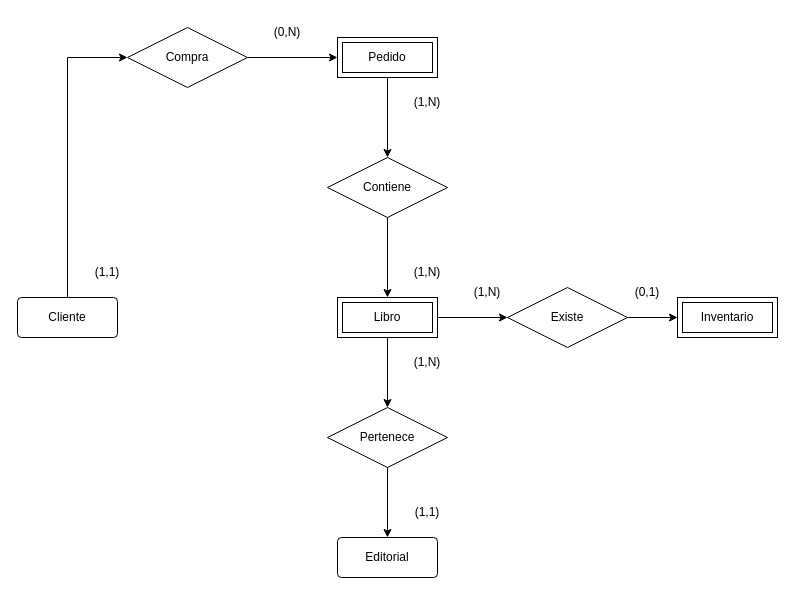
Before: modelo.drawio in smringdesigns/modelo, a draw.io diagram. Source tidied: cells renumbered, new cells numbered last; positions are measured from the earlier drawing's top-left corner, leaving out a move shared by most shapes. Both pictures are drawn from the tidied source at 100%, with x=0, y=0 at pixel (17, 17).
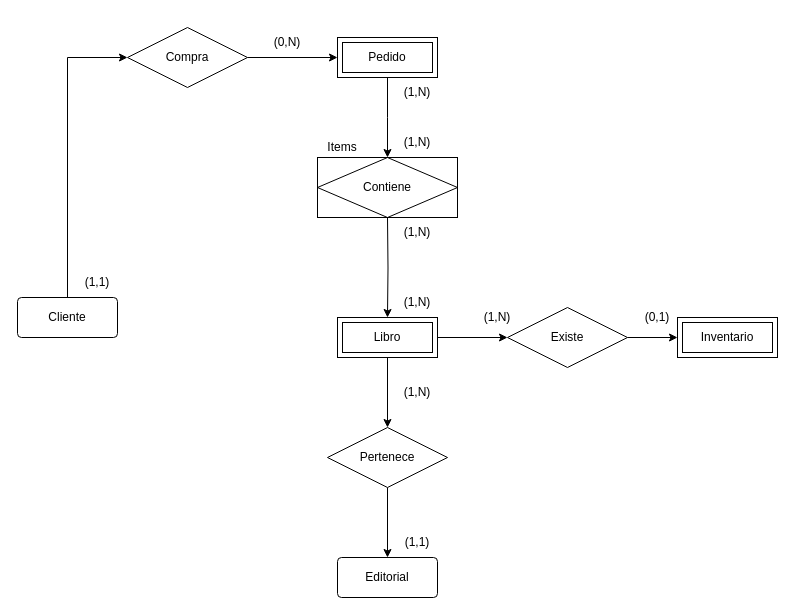
The same diagram, later.

The change refers to these unchanged cells:
```xml
<mxCell id="6" value="Pedido" style="shape=ext;margin=3;double=1;whiteSpace=wrap;html=1;align=center;" parent="1" vertex="1">
  <mxGeometry x="320" y="20" width="100" height="40" as="geometry" />
</mxCell>
```

Change to the diagram source:
```diff
@@
     <mxCell id="4" value="Editorial" style="rounded=1;arcSize=10;whiteSpace=wrap;html=1;align=center;" parent="1" vertex="1">
-      <mxGeometry x="320" y="520" width="100" height="40" as="geometry" />
+      <mxGeometry x="320" y="540" width="100" height="40" as="geometry" />
     </mxCell>
-    <mxCell id="5" style="edgeStyle=orthogonalEdgeStyle;rounded=0;jettySize=auto;html=1;" parent="1" edge="1" source="6" target="16">
-      <mxGeometry relative="1" as="geometry" />
+    <mxCell id="5" style="edgeStyle=orthogonalEdgeStyle;rounded=0;jettySize=auto;html=1;" parent="1" edge="1" source="6">
+      <mxGeometry relative="1" as="geometry">
+        <mxPoint x="370" y="140" as="targetPoint" />
+      </mxGeometry>
     </mxCell>
@@
     <mxCell id="9" value="Libro" style="shape=ext;margin=3;double=1;whiteSpace=wrap;html=1;align=center;" parent="1" vertex="1">
-      <mxGeometry x="320" y="280" width="100" height="40" as="geometry" />
+      <mxGeometry x="320" y="300" width="100" height="40" as="geometry" />
     </mxCell>
     <mxCell id="10" value="Inventario" style="shape=ext;margin=3;double=1;whiteSpace=wrap;html=1;align=center;" parent="1" vertex="1">
-      <mxGeometry x="660" y="280" width="100" height="40" as="geometry" />
+      <mxGeometry x="660" y="300" width="100" height="40" as="geometry" />
     </mxCell>
@@
     <mxCell id="13" value="(1,1)" style="text;html=1;align=center;verticalAlign=middle;whiteSpace=wrap;rounded=0;" parent="1" vertex="1">
-      <mxGeometry x="60" y="240" width="60" height="30" as="geometry" />
+      <mxGeometry x="50" y="250" width="60" height="30" as="geometry" />
     </mxCell>
     <mxCell id="14" value="(0,N)" style="text;html=1;align=center;verticalAlign=middle;whiteSpace=wrap;rounded=0;" parent="1" vertex="1">
-      <mxGeometry x="240" width="60" height="30" as="geometry" />
+      <mxGeometry x="240" y="10" width="60" height="30" as="geometry" />
     </mxCell>
-    <mxCell id="15" style="edgeStyle=orthogonalEdgeStyle;rounded=0;jettySize=auto;html=1;" parent="1" edge="1" source="16" target="9">
-      <mxGeometry relative="1" as="geometry" />
+    <mxCell id="15" style="edgeStyle=orthogonalEdgeStyle;rounded=0;jettySize=auto;html=1;" parent="1" edge="1" target="9">
+      <mxGeometry relative="1" as="geometry">
+        <mxPoint x="370" y="200" as="sourcePoint" />
+      </mxGeometry>
     </mxCell>
-    <mxCell id="16" value="Contiene" style="shape=rhombus;perimeter=rhombusPerimeter;whiteSpace=wrap;html=1;align=center;" parent="1" vertex="1">
-      <mxGeometry x="310" y="140" width="120" height="60" as="geometry" />
-    </mxCell>
     <mxCell id="17" value="(1,N)" style="text;html=1;align=center;verticalAlign=middle;whiteSpace=wrap;rounded=0;" parent="1" vertex="1">
-      <mxGeometry x="380" y="70" width="60" height="30" as="geometry" />
+      <mxGeometry x="370" y="60" width="60" height="30" as="geometry" />
     </mxCell>
     <mxCell id="18" value="(1,N)" style="text;html=1;align=center;verticalAlign=middle;whiteSpace=wrap;rounded=0;" parent="1" vertex="1">
-      <mxGeometry x="380" y="240" width="60" height="30" as="geometry" />
+      <mxGeometry x="370" y="270" width="60" height="30" as="geometry" />
     </mxCell>
@@
     <mxCell id="20" value="Pertenece" style="shape=rhombus;perimeter=rhombusPerimeter;whiteSpace=wrap;html=1;align=center;" parent="1" vertex="1">
-      <mxGeometry x="310" y="390" width="120" height="60" as="geometry" />
+      <mxGeometry x="310" y="410" width="120" height="60" as="geometry" />
     </mxCell>
     <mxCell id="21" value="(1,N)" style="text;html=1;align=center;verticalAlign=middle;whiteSpace=wrap;rounded=0;" parent="1" vertex="1">
-      <mxGeometry x="380" y="330" width="60" height="30" as="geometry" />
+      <mxGeometry x="370" y="360" width="60" height="30" as="geometry" />
     </mxCell>
     <mxCell id="22" value="(1,1)" style="text;html=1;align=center;verticalAlign=middle;whiteSpace=wrap;rounded=0;" parent="1" vertex="1">
-      <mxGeometry x="380" y="480" width="60" height="30" as="geometry" />
+      <mxGeometry x="370" y="510" width="60" height="30" as="geometry" />
     </mxCell>
@@
     <mxCell id="24" value="Existe" style="shape=rhombus;perimeter=rhombusPerimeter;whiteSpace=wrap;html=1;align=center;" parent="1" vertex="1">
-      <mxGeometry x="490" y="270" width="120" height="60" as="geometry" />
+      <mxGeometry x="490" y="290" width="120" height="60" as="geometry" />
     </mxCell>
     <mxCell id="25" value="(1,N)" style="text;html=1;align=center;verticalAlign=middle;whiteSpace=wrap;rounded=0;" parent="1" vertex="1">
-      <mxGeometry x="440" y="260" width="60" height="30" as="geometry" />
+      <mxGeometry x="450" y="285" width="60" height="30" as="geometry" />
     </mxCell>
     <mxCell id="26" value="(0,1)" style="text;html=1;align=center;verticalAlign=middle;whiteSpace=wrap;rounded=0;" parent="1" vertex="1">
-      <mxGeometry x="600" y="260" width="60" height="30" as="geometry" />
+      <mxGeometry x="610" y="285" width="60" height="30" as="geometry" />
     </mxCell>
+    <mxCell id="16" value="Contiene" style="shape=associativeEntity;whiteSpace=wrap;html=1;align=center;" parent="1" vertex="1">
+      <mxGeometry x="300" y="140" width="140" height="60" as="geometry" />
+    </mxCell>
+    <mxCell id="27" value="Items" style="text;html=1;align=center;verticalAlign=middle;whiteSpace=wrap;rounded=0;" parent="1" vertex="1">
+      <mxGeometry x="300" y="120" width="50" height="20" as="geometry" />
+    </mxCell>
+    <mxCell id="28" value="(1,N)" style="text;html=1;align=center;verticalAlign=middle;whiteSpace=wrap;rounded=0;" parent="1" vertex="1">
+      <mxGeometry x="370" y="110" width="60" height="30" as="geometry" />
+    </mxCell>
+    <mxCell id="29" value="(1,N)" style="text;html=1;align=center;verticalAlign=middle;whiteSpace=wrap;rounded=0;" parent="1" vertex="1">
+      <mxGeometry x="370" y="200" width="60" height="30" as="geometry" />
+    </mxCell>
```
